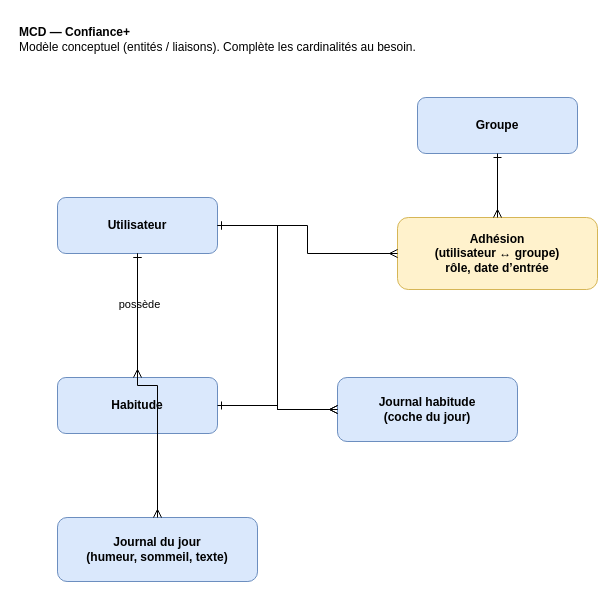
Earlier version of the draw.io diagram page "MCD" (1 of 3) of backend/docs-modele-donnees/modele-donnees.drawio (bannik62/confiancePlus). Source tidied: cells renumbered, new cells numbered last; positions are measured from the earlier drawing's top-left corner, leaving out a move shared by most shapes. Both pictures are drawn from the tidied source at 100%, with x=0, y=0 at pixel (17, 17).
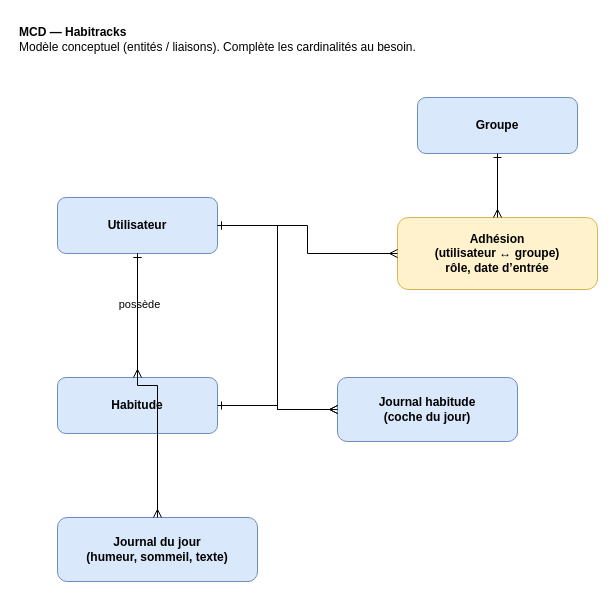
The same page after the edit.

The edit, as a diff of the source:
```diff
@@
 <mxGraphModel>
   <root>
     <mxCell id="0" />
     <mxCell id="1" parent="0" />
-    <mxCell id="2" value="&lt;b&gt;MCD — Confiance+&lt;/b&gt;&lt;br&gt;Modèle conceptuel (entités / liaisons). Complète les cardinalités au besoin." style="text;html=1;strokeColor=none;fillColor=none;align=left;verticalAlign=middle;fontSize=12;" parent="1" vertex="1">
+    <mxCell id="2" value="&lt;b&gt;MCD — Habitracks&lt;/b&gt;&lt;br&gt;Modèle conceptuel (entités / liaisons). Complète les cardinalités au besoin." style="text;html=1;strokeColor=none;fillColor=none;align=left;verticalAlign=middle;fontSize=12;" parent="1" vertex="1">
       <mxGeometry width="520" height="44" as="geometry" />
     </mxCell>
     <mxCell id="3" value="Utilisateur" style="rounded=1;whiteSpace=wrap;html=1;fillColor=#dae8fc;strokeColor=#6c8ebf;fontStyle=1;" parent="1" vertex="1">
       <mxGeometry x="40" y="180" width="160" height="56" as="geometry" />
     </mxCell>
     <mxCell id="4" value="Groupe" style="rounded=1;whiteSpace=wrap;html=1;fillColor=#dae8fc;strokeColor=#6c8ebf;fontStyle=1;" parent="1" vertex="1">
       <mxGeometry x="400" y="80" width="160" height="56" as="geometry" />
     </mxCell>
     <mxCell id="5" value="Habitude" style="rounded=1;whiteSpace=wrap;html=1;fillColor=#dae8fc;strokeColor=#6c8ebf;fontStyle=1;" parent="1" vertex="1">
       <mxGeometry x="40" y="360" width="160" height="56" as="geometry" />
     </mxCell>
     <mxCell id="6" value="Journal habitude&#10;(coche du jour)" style="rounded=1;whiteSpace=wrap;html=1;fillColor=#dae8fc;strokeColor=#6c8ebf;fontStyle=1;" parent="1" vertex="1">
       <mxGeometry x="320" y="360" width="180" height="64" as="geometry" />
     </mxCell>
     <mxCell id="7" value="Journal du jour&#10;(humeur, sommeil, texte)" style="rounded=1;whiteSpace=wrap;html=1;fillColor=#dae8fc;strokeColor=#6c8ebf;fontStyle=1;" parent="1" vertex="1">
       <mxGeometry x="40" y="500" width="200" height="64" as="geometry" />
     </mxCell>
     <mxCell id="8" value="Adhésion&#10;(utilisateur ↔ groupe)&#10;rôle, date d’entrée" style="rounded=1;whiteSpace=wrap;html=1;fillColor=#fff2cc;strokeColor=#d6b656;fontStyle=1;" parent="1" vertex="1">
       <mxGeometry x="380" y="200" width="200" height="72" as="geometry" />
     </mxCell>
     <mxCell id="9" style="edgeStyle=orthogonalEdgeStyle;rounded=0;html=1;exitX=0.5;exitY=1;exitDx=0;exitDy=0;entryX=0.5;entryY=0;entryDx=0;entryDy=0;endArrow=ERmany;startArrow=ERone;endFill=1;startFill=0;" parent="1" edge="1" source="3" target="5">
       <mxGeometry relative="1" as="geometry" />
     </mxCell>
     <mxCell id="10" value="possède" style="edgeLabel;html=1;align=center;verticalAlign=middle;" parent="9" vertex="1">
       <mxGeometry x="-0.2" y="1" relative="1" as="geometry" />
     </mxCell>
     <mxCell id="11" style="edgeStyle=orthogonalEdgeStyle;rounded=0;html=1;exitX=1;exitY=0.5;exitDx=0;exitDy=0;entryX=0;entryY=0.5;entryDx=0;entryDy=0;endArrow=ERmany;startArrow=ERone;endFill=1;startFill=0;" parent="1" edge="1" source="3" target="8">
       <mxGeometry relative="1" as="geometry" />
     </mxCell>
     <mxCell id="12" style="edgeStyle=orthogonalEdgeStyle;rounded=0;html=1;exitX=0.5;exitY=1;exitDx=0;exitDy=0;entryX=0.5;entryY=0;entryDx=0;entryDy=0;endArrow=ERmany;startArrow=ERone;endFill=1;startFill=0;" parent="1" edge="1" source="4" target="8">
       <mxGeometry relative="1" as="geometry" />
     </mxCell>
     <mxCell id="13" style="edgeStyle=orthogonalEdgeStyle;rounded=0;html=1;exitX=1;exitY=0.5;exitDx=0;exitDy=0;entryX=0;entryY=0.5;entryDx=0;entryDy=0;endArrow=ERmany;startArrow=ERone;endFill=1;startFill=0;" parent="1" edge="1" source="3" target="6">
       <mxGeometry relative="1" as="geometry" />
     </mxCell>
     <mxCell id="14" style="edgeStyle=orthogonalEdgeStyle;rounded=0;html=1;exitX=1;exitY=0.5;exitDx=0;exitDy=0;entryX=0;entryY=0.5;entryDx=0;entryDy=0;endArrow=ERmany;startArrow=ERone;endFill=1;startFill=0;" parent="1" edge="1" source="5" target="6">
       <mxGeometry relative="1" as="geometry" />
     </mxCell>
     <mxCell id="15" style="edgeStyle=orthogonalEdgeStyle;rounded=0;html=1;exitX=0.5;exitY=1;exitDx=0;exitDy=0;entryX=0.5;entryY=0;entryDx=0;entryDy=0;endArrow=ERmany;startArrow=ERone;endFill=1;startFill=0;" parent="1" edge="1" source="3" target="7">
       <mxGeometry relative="1" as="geometry" />
     </mxCell>
   </root>
 </mxGraphModel>
```
